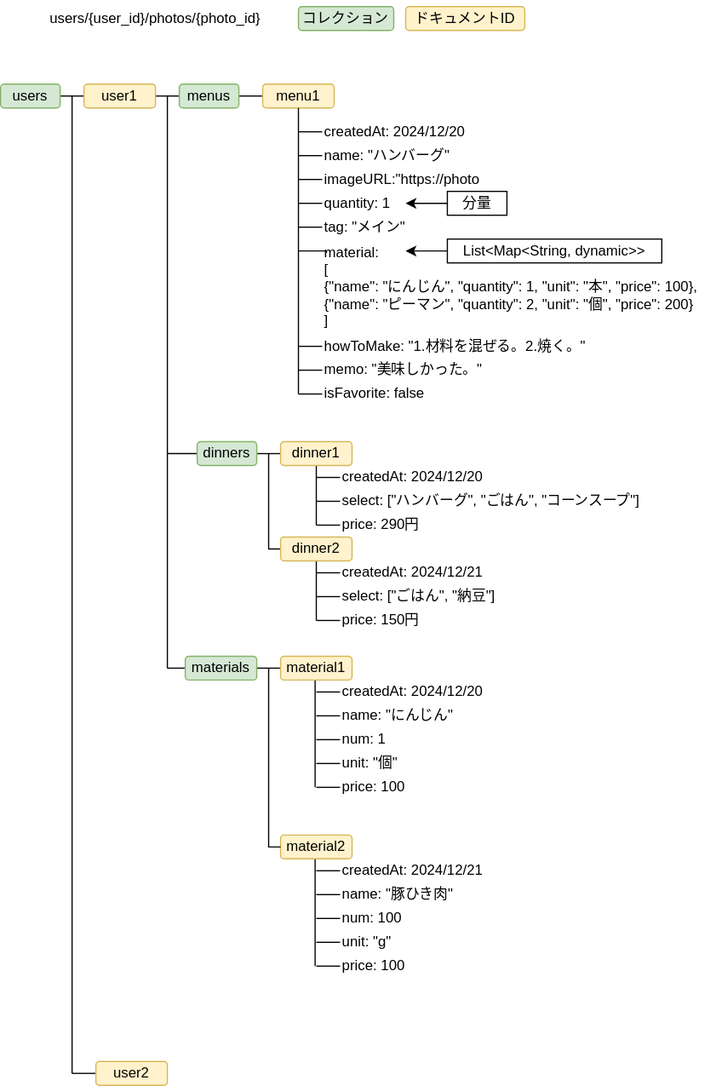
Before: DB.drawio.svg, a diagram exported from draw.io (maki1125/menu). Source tidied: cells renumbered, new cells last; positions are measured from the earlier drawing's top-left corner, leaving out a move shared by most shapes.
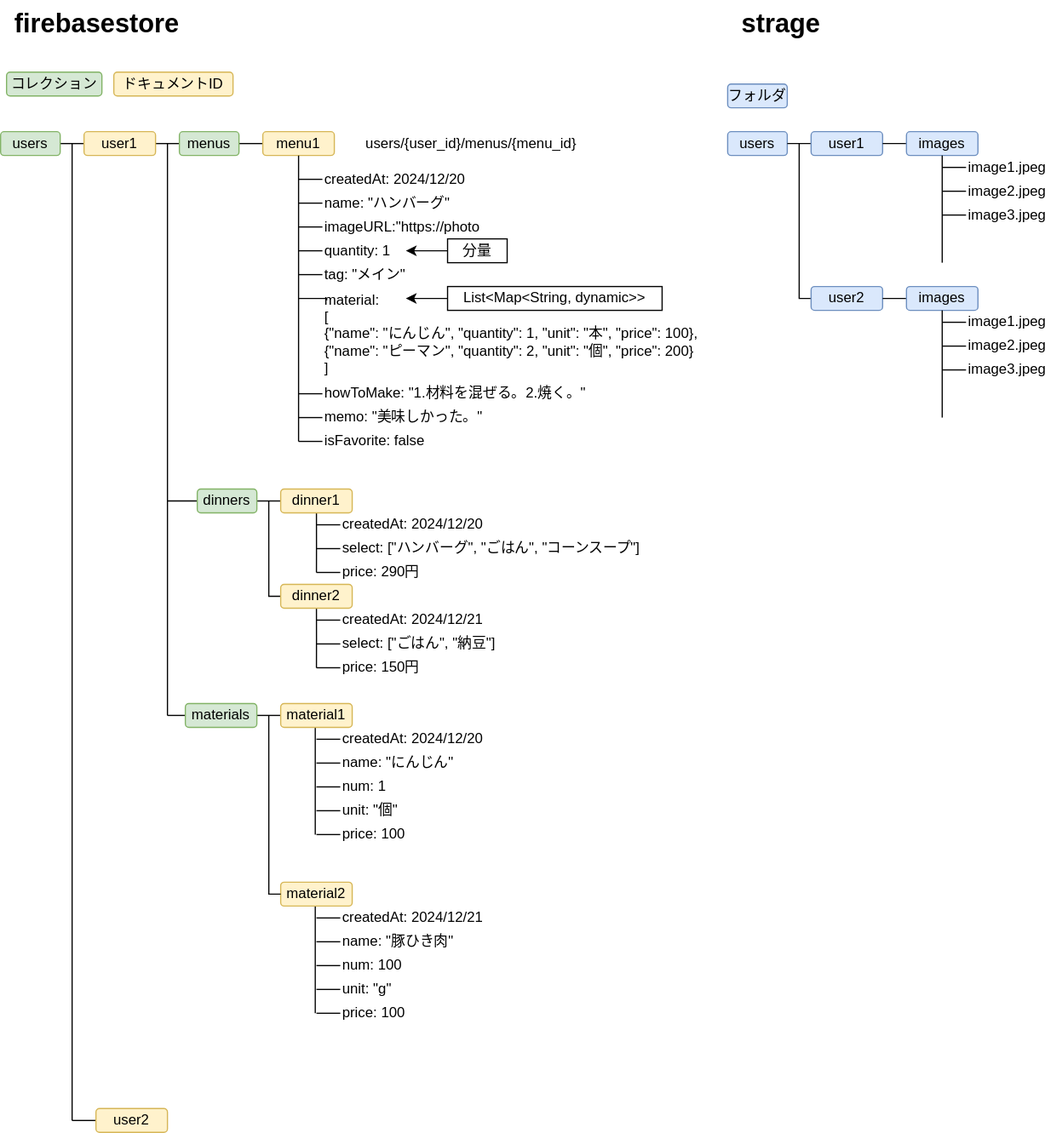
The same diagram one commit later.

Commit message:
DB.drawio.svg を更新します

The edit, as a diff of the source:
```diff
@@ -21,8 +21,8 @@
     <mxCell id="6" value="user1" style="rounded=1;whiteSpace=wrap;html=1;fillColor=#fff2cc;strokeColor=#d6b656;" parent="1" vertex="1">
       <mxGeometry x="70" y="70" width="60" height="20" as="geometry" />
     </mxCell>
-    <mxCell id="7" value="users/{user_id}/photos/{photo_id}" style="text;html=1;align=center;verticalAlign=middle;whiteSpace=wrap;rounded=0;" parent="1" vertex="1">
-      <mxGeometry x="20" width="220" height="30" as="geometry" />
+    <mxCell id="7" value="users/{user_id}/menus/{menu_id}" style="text;html=1;align=center;verticalAlign=middle;whiteSpace=wrap;rounded=0;" parent="1" vertex="1">
+      <mxGeometry x="285" y="65" width="220" height="30" as="geometry" />
     </mxCell>
     <mxCell id="8" style="endArrow=none;html=1;rounded=0;" parent="1" edge="1">
       <mxGeometry relative="1" as="geometry">
@@ -64,10 +64,10 @@
       <mxGeometry x="270" y="320" width="140" height="20" as="geometry" />
     </mxCell>
     <mxCell id="18" value="コレクション" style="rounded=1;whiteSpace=wrap;html=1;fillColor=#d5e8d4;strokeColor=#82b366;" parent="1" vertex="1">
-      <mxGeometry x="250" y="5" width="80" height="20" as="geometry" />
+      <mxGeometry x="5" y="20" width="80" height="20" as="geometry" />
     </mxCell>
     <mxCell id="19" value="ドキュメントID" style="rounded=1;whiteSpace=wrap;html=1;fillColor=#fff2cc;strokeColor=#d6b656;" parent="1" vertex="1">
-      <mxGeometry x="340" y="5" width="100" height="20" as="geometry" />
+      <mxGeometry x="95" y="20" width="100" height="20" as="geometry" />
     </mxCell>
     <mxCell id="20" style="edgeStyle=orthogonalEdgeStyle;rounded=0;jettySize=auto;html=1;exitX=0;exitY=0.5;exitDx=0;exitDy=0;endArrow=none;endFill=0;" parent="1" edge="1" source="21">
       <mxGeometry relative="1" as="geometry">
@@ -351,5 +351,104 @@
     <mxCell id="87" value="user2" style="rounded=1;whiteSpace=wrap;html=1;fillColor=#fff2cc;strokeColor=#d6b656;" parent="1" vertex="1">
       <mxGeometry x="80" y="890" width="60" height="20" as="geometry" />
     </mxCell>
+    <mxCell id="88" value="firebasestore" style="text;html=1;align=left;verticalAlign=middle;whiteSpace=wrap;rounded=0;fontStyle=1;fontSize=22;" parent="1" vertex="1">
+      <mxGeometry x="10" y="-40" width="180" height="40" as="geometry" />
+    </mxCell>
+    <mxCell id="89" value="strage" style="text;html=1;align=left;verticalAlign=middle;whiteSpace=wrap;rounded=0;fontStyle=1;fontSize=22;" parent="1" vertex="1">
+      <mxGeometry x="620" y="-40" width="180" height="40" as="geometry" />
+    </mxCell>
+    <mxCell id="90" value="users" style="rounded=1;whiteSpace=wrap;html=1;fillColor=#dae8fc;strokeColor=#6c8ebf;" parent="1" vertex="1">
+      <mxGeometry x="610" y="70" width="50" height="20" as="geometry" />
+    </mxCell>
+    <mxCell id="91" style="edgeStyle=orthogonalEdgeStyle;rounded=0;jettySize=auto;html=1;exitX=0;exitY=0.5;exitDx=0;exitDy=0;endArrow=none;endFill=0;" parent="1" edge="1" source="92" target="90">
+      <mxGeometry relative="1" as="geometry" />
+    </mxCell>
+    <mxCell id="92" value="user1" style="rounded=1;whiteSpace=wrap;html=1;fillColor=#dae8fc;strokeColor=#6c8ebf;" parent="1" vertex="1">
+      <mxGeometry x="680" y="70" width="60" height="20" as="geometry" />
+    </mxCell>
+    <mxCell id="93" style="edgeStyle=orthogonalEdgeStyle;rounded=0;jettySize=auto;html=1;exitX=0;exitY=0.5;exitDx=0;exitDy=0;endArrow=none;endFill=0;" parent="1" edge="1" source="94" target="92">
+      <mxGeometry relative="1" as="geometry" />
+    </mxCell>
+    <mxCell id="94" value="images" style="rounded=1;whiteSpace=wrap;html=1;fillColor=#dae8fc;strokeColor=#6c8ebf;" parent="1" vertex="1">
+      <mxGeometry x="760" y="70" width="60" height="20" as="geometry" />
+    </mxCell>
+    <mxCell id="95" value="フォルダ" style="rounded=1;whiteSpace=wrap;html=1;fillColor=#dae8fc;strokeColor=#6c8ebf;" parent="1" vertex="1">
+      <mxGeometry x="610" y="30" width="50" height="20" as="geometry" />
+    </mxCell>
+    <mxCell id="96" style="endArrow=none;html=1;rounded=0;entryX=0.5;entryY=1;entryDx=0;entryDy=0;" parent="1" edge="1" target="94">
+      <mxGeometry relative="1" as="geometry">
+        <mxPoint x="790" y="180" as="sourcePoint" />
+      </mxGeometry>
+    </mxCell>
+    <mxCell id="97" style="edgeStyle=orthogonalEdgeStyle;rounded=0;jettySize=auto;html=1;exitX=0;exitY=0.5;exitDx=0;exitDy=0;endArrow=none;endFill=0;" parent="1" edge="1" source="98">
+      <mxGeometry relative="1" as="geometry">
+        <mxPoint x="790" y="100.4" as="targetPoint" />
+      </mxGeometry>
+    </mxCell>
+    <mxCell id="98" value="image1.jpeg" style="text;html=1;align=left;verticalAlign=middle;whiteSpace=wrap;rounded=0;" parent="1" vertex="1">
+      <mxGeometry x="810" y="90" width="80" height="20" as="geometry" />
+    </mxCell>
+    <mxCell id="99" style="edgeStyle=orthogonalEdgeStyle;rounded=0;jettySize=auto;html=1;exitX=0;exitY=0.5;exitDx=0;exitDy=0;endArrow=none;endFill=0;" parent="1" edge="1" source="100">
+      <mxGeometry relative="1" as="geometry">
+        <mxPoint x="790" y="120.4" as="targetPoint" />
+      </mxGeometry>
+    </mxCell>
+    <mxCell id="100" value="image2.jpeg" style="text;html=1;align=left;verticalAlign=middle;whiteSpace=wrap;rounded=0;" parent="1" vertex="1">
+      <mxGeometry x="810" y="110" width="80" height="20" as="geometry" />
+    </mxCell>
+    <mxCell id="101" style="edgeStyle=orthogonalEdgeStyle;rounded=0;jettySize=auto;html=1;exitX=0;exitY=0.5;exitDx=0;exitDy=0;endArrow=none;endFill=0;" parent="1" edge="1" source="102">
+      <mxGeometry relative="1" as="geometry">
+        <mxPoint x="790" y="140.4" as="targetPoint" />
+      </mxGeometry>
+    </mxCell>
+    <mxCell id="102" value="image3.jpeg" style="text;html=1;align=left;verticalAlign=middle;whiteSpace=wrap;rounded=0;" parent="1" vertex="1">
+      <mxGeometry x="810" y="130" width="80" height="20" as="geometry" />
+    </mxCell>
+    <mxCell id="103" style="edgeStyle=orthogonalEdgeStyle;rounded=0;jettySize=auto;html=1;exitX=0;exitY=0.5;exitDx=0;exitDy=0;endArrow=none;endFill=0;" parent="1" edge="1" source="104">
+      <mxGeometry relative="1" as="geometry">
+        <mxPoint x="670" y="80" as="targetPoint" />
+        <Array as="points">
+          <mxPoint x="670" y="210" />
+        </Array>
+      </mxGeometry>
+    </mxCell>
+    <mxCell id="104" value="user2" style="rounded=1;whiteSpace=wrap;html=1;fillColor=#dae8fc;strokeColor=#6c8ebf;" parent="1" vertex="1">
+      <mxGeometry x="680" y="200" width="60" height="20" as="geometry" />
+    </mxCell>
+    <mxCell id="105" style="edgeStyle=orthogonalEdgeStyle;rounded=0;jettySize=auto;html=1;exitX=0;exitY=0.5;exitDx=0;exitDy=0;endArrow=none;endFill=0;" parent="1" edge="1" source="106" target="104">
+      <mxGeometry relative="1" as="geometry" />
+    </mxCell>
+    <mxCell id="106" value="images" style="rounded=1;whiteSpace=wrap;html=1;fillColor=#dae8fc;strokeColor=#6c8ebf;" parent="1" vertex="1">
+      <mxGeometry x="760" y="200" width="60" height="20" as="geometry" />
+    </mxCell>
+    <mxCell id="107" style="endArrow=none;html=1;rounded=0;entryX=0.5;entryY=1;entryDx=0;entryDy=0;" parent="1" edge="1" target="106">
+      <mxGeometry relative="1" as="geometry">
+        <mxPoint x="790" y="310" as="sourcePoint" />
+      </mxGeometry>
+    </mxCell>
+    <mxCell id="108" style="edgeStyle=orthogonalEdgeStyle;rounded=0;jettySize=auto;html=1;exitX=0;exitY=0.5;exitDx=0;exitDy=0;endArrow=none;endFill=0;" parent="1" edge="1" source="109">
+      <mxGeometry relative="1" as="geometry">
+        <mxPoint x="790" y="230.4" as="targetPoint" />
+      </mxGeometry>
+    </mxCell>
+    <mxCell id="109" value="image1.jpeg" style="text;html=1;align=left;verticalAlign=middle;whiteSpace=wrap;rounded=0;" parent="1" vertex="1">
+      <mxGeometry x="810" y="220" width="80" height="20" as="geometry" />
+    </mxCell>
+    <mxCell id="110" style="edgeStyle=orthogonalEdgeStyle;rounded=0;jettySize=auto;html=1;exitX=0;exitY=0.5;exitDx=0;exitDy=0;endArrow=none;endFill=0;" parent="1" edge="1" source="111">
+      <mxGeometry relative="1" as="geometry">
+        <mxPoint x="790" y="250.4" as="targetPoint" />
+      </mxGeometry>
+    </mxCell>
+    <mxCell id="111" value="image2.jpeg" style="text;html=1;align=left;verticalAlign=middle;whiteSpace=wrap;rounded=0;" parent="1" vertex="1">
+      <mxGeometry x="810" y="240" width="80" height="20" as="geometry" />
+    </mxCell>
+    <mxCell id="112" style="edgeStyle=orthogonalEdgeStyle;rounded=0;jettySize=auto;html=1;exitX=0;exitY=0.5;exitDx=0;exitDy=0;endArrow=none;endFill=0;" parent="1" edge="1" source="113">
+      <mxGeometry relative="1" as="geometry">
+        <mxPoint x="790" y="270.4" as="targetPoint" />
+      </mxGeometry>
+    </mxCell>
+    <mxCell id="113" value="image3.jpeg" style="text;html=1;align=left;verticalAlign=middle;whiteSpace=wrap;rounded=0;" parent="1" vertex="1">
+      <mxGeometry x="810" y="260" width="80" height="20" as="geometry" />
+    </mxCell>
   </root>
 </mxGraphModel>
```
